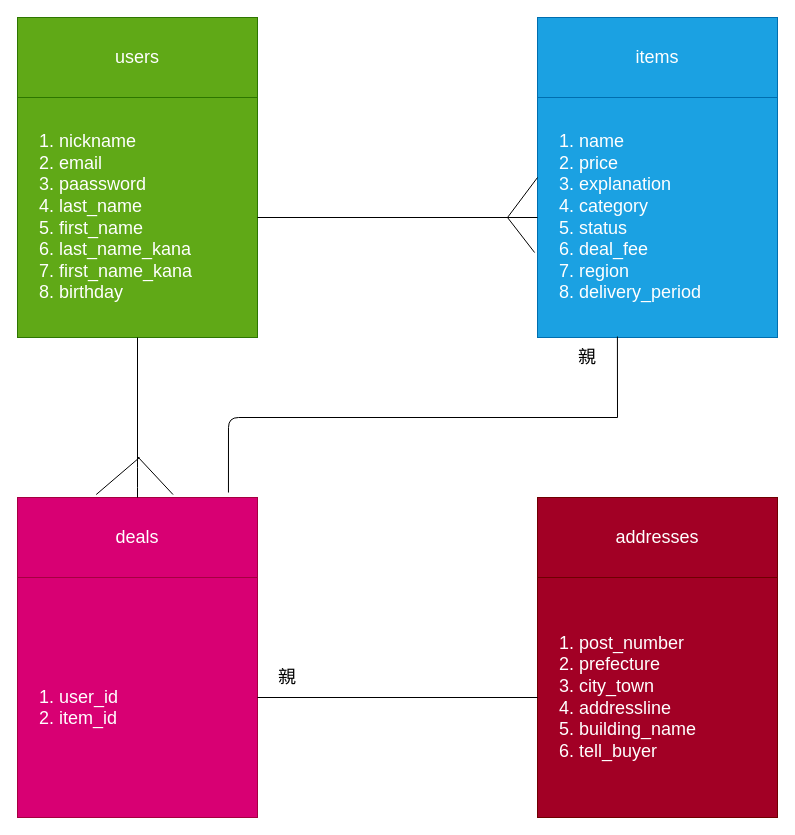
This is frima.drawio from Masahiro913/furima-30564, a draw.io file, before an edit. Source tidied: cells renumbered, new cells numbered last; positions are measured from the earlier drawing's top-left corner, leaving out a move shared by most shapes. Both pictures are drawn from the tidied source at 100%, with x=0, y=0 at pixel (17, 17).
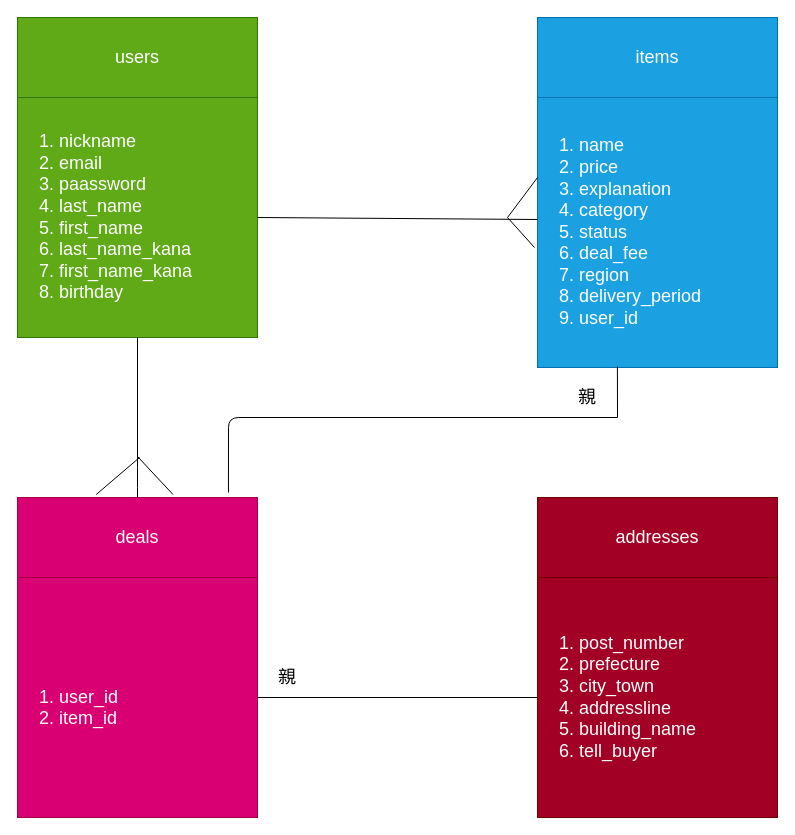
The same diagram, later.

Unchanged cells that the change refers to:
```xml
<mxCell id="3" value="&lt;ol&gt;&lt;li&gt;nickname&lt;/li&gt;&lt;li&gt;email&lt;/li&gt;&lt;li&gt;paassword&lt;/li&gt;&lt;li&gt;last_name&lt;/li&gt;&lt;li&gt;first_name&lt;/li&gt;&lt;li&gt;last_name_kana&lt;/li&gt;&lt;li&gt;first_name_kana&lt;/li&gt;&lt;li&gt;birthday&lt;/li&gt;&lt;/ol&gt;" style="text;strokeColor=#2D7600;html=1;whiteSpace=wrap;verticalAlign=middle;overflow=hidden;fontSize=18;fillColor=#60a917;fontColor=#ffffff;" parent="1" vertex="1">
  <mxGeometry y="80" width="240" height="240" as="geometry" />
</mxCell>
```

Diff of the diagram source:
```diff
@@
-    <mxCell id="5" value="&lt;ol&gt;&lt;li&gt;name&lt;/li&gt;&lt;li&gt;price&lt;/li&gt;&lt;li&gt;explanation&lt;/li&gt;&lt;li&gt;category&lt;/li&gt;&lt;li&gt;status&lt;/li&gt;&lt;li&gt;deal_fee&lt;/li&gt;&lt;li&gt;region&lt;/li&gt;&lt;li&gt;delivery_period&lt;/li&gt;&lt;/ol&gt;" style="text;strokeColor=#006EAF;fillColor=#1ba1e2;html=1;whiteSpace=wrap;verticalAlign=middle;overflow=hidden;fontSize=18;fontColor=#ffffff;" parent="1" vertex="1">
-      <mxGeometry x="520" y="80" width="240" height="240" as="geometry" />
+    <mxCell id="5" value="&lt;ol&gt;&lt;li&gt;name&lt;/li&gt;&lt;li&gt;price&lt;/li&gt;&lt;li&gt;explanation&lt;/li&gt;&lt;li&gt;category&lt;/li&gt;&lt;li&gt;status&lt;/li&gt;&lt;li&gt;deal_fee&lt;/li&gt;&lt;li&gt;region&lt;/li&gt;&lt;li&gt;delivery_period&lt;/li&gt;&lt;li&gt;user_id&lt;/li&gt;&lt;/ol&gt;" style="text;strokeColor=#006EAF;fillColor=#1ba1e2;html=1;whiteSpace=wrap;verticalAlign=middle;overflow=hidden;fontSize=18;fontColor=#ffffff;" parent="1" vertex="1">
+      <mxGeometry x="520" y="80" width="240" height="270" as="geometry" />
     </mxCell>
@@
-    <mxCell id="13" style="endArrow=none;html=1;fontSize=18;exitX=1;exitY=0.5;exitDx=0;exitDy=0;entryX=0;entryY=0.5;entryDx=0;entryDy=0;" parent="1" edge="1" source="3" target="5">
-      <mxGeometry relative="1" as="geometry" />
+    <mxCell id="13" style="endArrow=none;html=1;fontSize=18;exitX=1;exitY=0.5;exitDx=0;exitDy=0;" parent="1" edge="1" source="3">
+      <mxGeometry relative="1" as="geometry">
+        <mxPoint x="520" y="202" as="targetPoint" />
+      </mxGeometry>
     </mxCell>
@@
-    <mxCell id="15" style="endArrow=none;html=1;fontSize=18;entryX=-0.012;entryY=0.646;entryDx=0;entryDy=0;entryPerimeter=0;" parent="1" edge="1" target="5">
+    <mxCell id="15" style="endArrow=none;html=1;fontSize=18;" parent="1" edge="1">
       <mxGeometry relative="1" as="geometry">
         <mxPoint x="490" y="200" as="sourcePoint" />
+        <mxPoint x="517" y="230" as="targetPoint" />
       </mxGeometry>
     </mxCell>
@@
     <mxCell id="21" value="親" style="text;html=1;strokeColor=none;fillColor=none;align=center;verticalAlign=middle;whiteSpace=wrap;rounded=0;fontSize=18;" parent="1" vertex="1">
-      <mxGeometry x="550" y="330" width="40" height="20" as="geometry" />
+      <mxGeometry x="550" y="370" width="40" height="20" as="geometry" />
     </mxCell>
```
